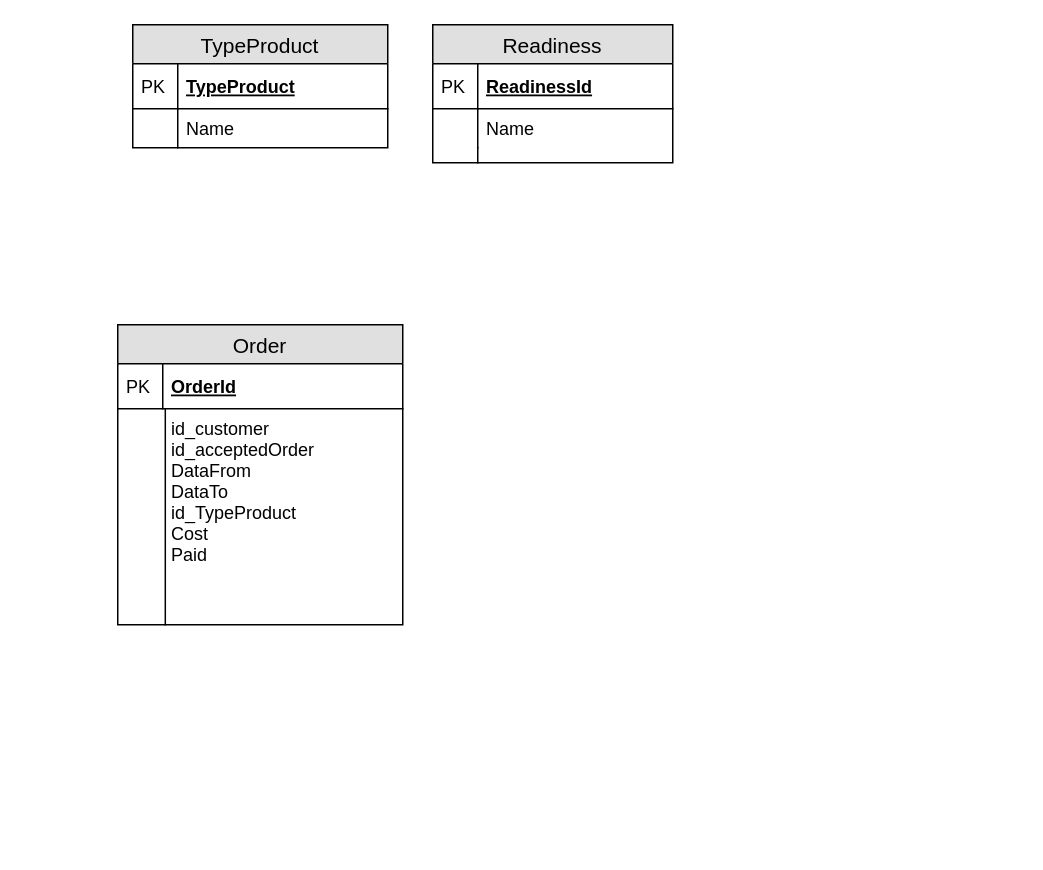
Before: erdia.drawio in victoriayolshina/dia, a draw.io diagram. Source tidied: cells renumbered, new cells numbered last; positions are measured from the earlier drawing's top-left corner, leaving out a move shared by most shapes. Both pictures are drawn from the tidied source at 150%, with x=0, y=0 at pixel (117, 24).
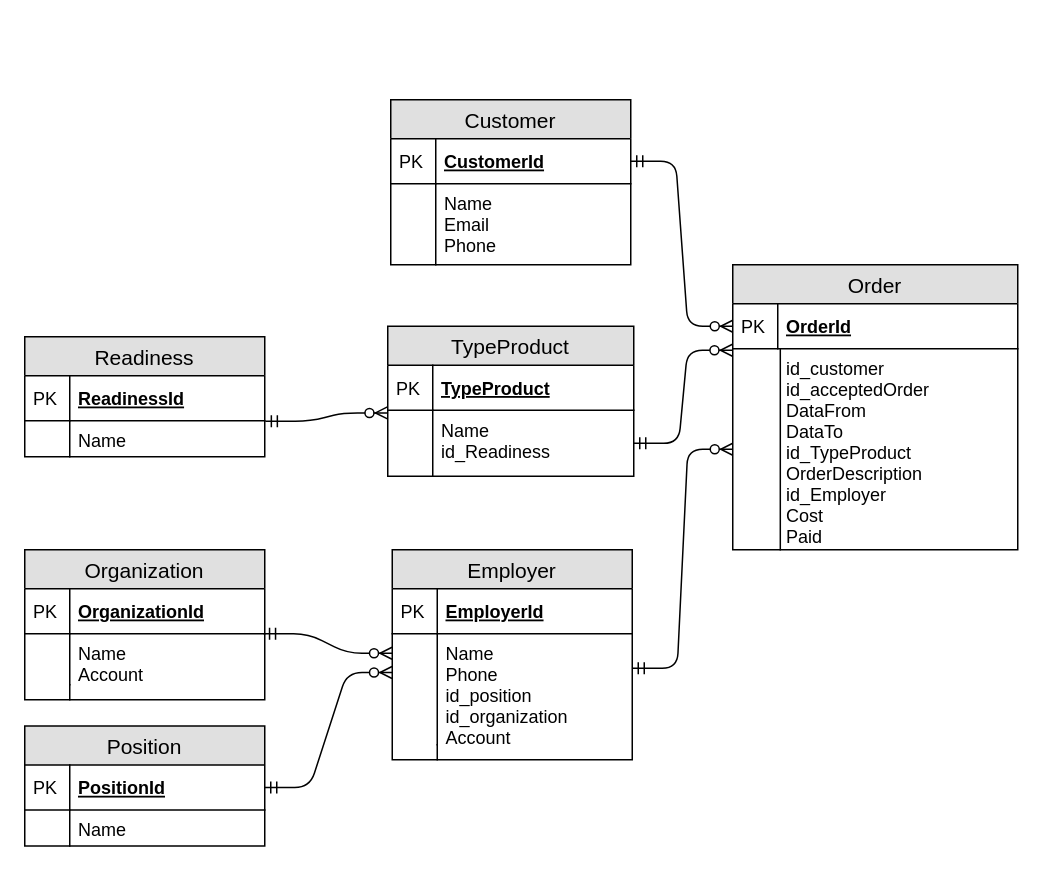
The same page after the edit.

The change refers to these unchanged cells:
```xml
<mxCell id="8" value="OrderId" style="shape=partialRectangle;top=0;left=0;right=0;bottom=1;align=left;verticalAlign=middle;fillColor=none;spacingLeft=34;spacingRight=4;overflow=hidden;points=[[0,0.5],[1,0.5]];portConstraint=eastwest;fontStyle=5;fontSize=12;" parent="7" vertex="1">
  <mxGeometry y="26" width="190" height="30" as="geometry" />
</mxCell>
```

Diff of the diagram source:
```diff
@@
     <mxCell id="2" value="TypeProduct" style="swimlane;fontStyle=0;horizontal=1;startSize=26;fillColor=#e0e0e0;swimlaneFillColor=#ffffff;align=center;fontSize=14;" parent="1" vertex="1">
-      <mxGeometry x="10" width="170" height="82" as="geometry" />
+      <mxGeometry x="180" y="201" width="164" height="100" as="geometry" />
     </mxCell>
     <mxCell id="3" value="TypeProduct" style="shape=partialRectangle;top=0;left=0;right=0;bottom=1;align=left;verticalAlign=middle;fillColor=none;spacingLeft=34;spacingRight=4;overflow=hidden;fontStyle=5;fontSize=12;" parent="2" vertex="1">
-      <mxGeometry y="26" width="170" height="30" as="geometry" />
+      <mxGeometry y="26" width="164" height="30" as="geometry" />
     </mxCell>
@@
-    <mxCell id="5" value="Name" style="shape=partialRectangle;top=0;left=0;right=0;bottom=0;align=left;verticalAlign=top;fillColor=none;spacingLeft=34;spacingRight=4;overflow=hidden;points=[[0,0.5],[1,0.5]];portConstraint=eastwest;fontSize=12;" parent="2" vertex="1">
-      <mxGeometry y="56" width="170" height="26" as="geometry" />
+    <mxCell id="5" value="Name&#10;id_Readiness&#10;" style="shape=partialRectangle;top=0;left=0;right=0;bottom=0;align=left;verticalAlign=top;fillColor=none;spacingLeft=34;spacingRight=4;overflow=hidden;points=[[0,0.5],[1,0.5]];portConstraint=eastwest;fontSize=12;" parent="2" vertex="1">
+      <mxGeometry y="56" width="164" height="44" as="geometry" />
     </mxCell>
     <mxCell id="6" style="shape=partialRectangle;top=0;left=0;bottom=0;fillColor=none;align=left;verticalAlign=top;spacingLeft=4;spacingRight=4;overflow=hidden;fontSize=12;" parent="5" vertex="1">
-      <mxGeometry width="30" height="26" as="geometry" />
+      <mxGeometry width="30" height="44" as="geometry" />
     </mxCell>
     <mxCell id="7" value="Order" style="swimlane;fontStyle=0;horizontal=1;startSize=26;fillColor=#e0e0e0;swimlaneFillColor=#ffffff;align=center;fontSize=14;" parent="1" vertex="1">
-      <mxGeometry y="200" width="190" height="200" as="geometry" />
+      <mxGeometry x="410" y="160" width="190" height="190" as="geometry" />
     </mxCell>
@@
-    <mxCell id="10" value="id_customer&#10;id_acceptedOrder&#10;DataFrom&#10;DataTo&#10;id_TypeProduct&#10;Cost&#10;Paid&#10;" style="shape=partialRectangle;top=0;left=0;right=0;bottom=0;align=left;verticalAlign=top;fillColor=none;spacingLeft=34;spacingRight=4;overflow=hidden;points=[[0,0.5],[1,0.5]];portConstraint=eastwest;fontSize=12;" parent="7" vertex="1">
-      <mxGeometry y="56" width="190" height="144" as="geometry" />
+    <mxCell id="10" value="id_customer&#10;id_acceptedOrder&#10;DataFrom&#10;DataTo&#10;id_TypeProduct&#10;OrderDescription&#10;id_Employer&#10;Cost&#10;Paid&#10;" style="shape=partialRectangle;top=0;left=0;right=0;bottom=0;align=left;verticalAlign=top;fillColor=none;spacingLeft=34;spacingRight=4;overflow=hidden;points=[[0,0.5],[1,0.5]];portConstraint=eastwest;fontSize=12;" parent="7" vertex="1">
+      <mxGeometry y="56" width="190" height="134" as="geometry" />
     </mxCell>
     <mxCell id="11" style="shape=partialRectangle;top=0;left=0;bottom=0;fillColor=none;align=left;verticalAlign=top;spacingLeft=4;spacingRight=4;overflow=hidden;fontSize=12;" parent="10" vertex="1">
-      <mxGeometry width="31.7" height="144" as="geometry" />
+      <mxGeometry width="31.7" height="134" as="geometry" />
     </mxCell>
     <mxCell id="12" value="Readiness" style="swimlane;fontStyle=0;horizontal=1;startSize=26;fillColor=#e0e0e0;swimlaneFillColor=#ffffff;align=center;fontSize=14;" parent="1" vertex="1">
-      <mxGeometry x="210" width="160" height="92" as="geometry" />
+      <mxGeometry x="-62" y="208" width="160" height="80" as="geometry" />
     </mxCell>
@@
     <mxCell id="15" value="Name&#10;&#10;" style="shape=partialRectangle;top=0;left=0;right=0;bottom=0;align=left;verticalAlign=top;fillColor=none;spacingLeft=34;spacingRight=4;overflow=hidden;fontSize=12;" parent="12" vertex="1">
-      <mxGeometry y="56" width="160" height="26" as="geometry" />
+      <mxGeometry y="56" width="160" height="24" as="geometry" />
     </mxCell>
     <mxCell id="16" style="shape=partialRectangle;top=0;left=0;bottom=0;fillColor=none;align=left;verticalAlign=top;spacingLeft=4;spacingRight=4;overflow=hidden;fontSize=12;" parent="15" vertex="1">
-      <mxGeometry width="30" height="26" as="geometry" />
+      <mxGeometry width="30" height="24" as="geometry" />
     </mxCell>
-    <mxCell id="17" style="shape=partialRectangle;top=0;left=0;right=0;bottom=0;align=left;verticalAlign=top;fillColor=none;spacingLeft=34;spacingRight=4;overflow=hidden;fontSize=12;" parent="12" vertex="1">
-      <mxGeometry y="82" width="160" height="10" as="geometry" />
-    </mxCell>
-    <mxCell id="18" style="shape=partialRectangle;top=0;left=0;bottom=0;fillColor=none;align=left;verticalAlign=top;spacingLeft=4;spacingRight=4;overflow=hidden;fontSize=12;" parent="17" vertex="1">
-      <mxGeometry width="30" height="10" as="geometry" />
-    </mxCell>
+    <mxCell id="19" value="Customer" style="swimlane;fontStyle=0;horizontal=1;startSize=26;fillColor=#e0e0e0;swimlaneFillColor=#ffffff;align=center;fontSize=14;" parent="1" vertex="1">
+      <mxGeometry x="182" y="50" width="160" height="110" as="geometry" />
+    </mxCell>
+    <mxCell id="20" value="CustomerId" style="shape=partialRectangle;top=0;left=0;right=0;bottom=1;align=left;verticalAlign=middle;fillColor=none;spacingLeft=34;spacingRight=4;overflow=hidden;points=[[0,0.5],[1,0.5]];portConstraint=eastwest;fontStyle=5;fontSize=12;" parent="19" vertex="1">
+      <mxGeometry y="26" width="160" height="30" as="geometry" />
+    </mxCell>
+    <mxCell id="21" value="PK" style="shape=partialRectangle;top=0;left=0;bottom=0;fillColor=none;align=left;verticalAlign=middle;spacingLeft=4;spacingRight=4;overflow=hidden;fontSize=12;" parent="20" vertex="1">
+      <mxGeometry width="30" height="30" as="geometry" />
+    </mxCell>
+    <mxCell id="22" value="Name&#10;Email&#10;Phone&#10;" style="shape=partialRectangle;top=0;left=0;right=0;bottom=0;align=left;verticalAlign=top;fillColor=none;spacingLeft=34;spacingRight=4;overflow=hidden;fontSize=12;" parent="19" vertex="1">
+      <mxGeometry y="56" width="160" height="54" as="geometry" />
+    </mxCell>
+    <mxCell id="23" style="shape=partialRectangle;top=0;left=0;bottom=0;fillColor=none;align=left;verticalAlign=top;spacingLeft=4;spacingRight=4;overflow=hidden;fontSize=12;" parent="22" vertex="1">
+      <mxGeometry width="30" height="54" as="geometry" />
+    </mxCell>
+    <mxCell id="24" value="Employer" style="swimlane;fontStyle=0;horizontal=1;startSize=26;fillColor=#e0e0e0;swimlaneFillColor=#ffffff;align=center;fontSize=14;" parent="1" vertex="1">
+      <mxGeometry x="183" y="350" width="160" height="140" as="geometry" />
+    </mxCell>
+    <mxCell id="25" value="EmployerId" style="shape=partialRectangle;top=0;left=0;right=0;bottom=1;align=left;verticalAlign=middle;fillColor=none;spacingLeft=34;spacingRight=4;overflow=hidden;fontStyle=5;fontSize=12;" parent="24" vertex="1">
+      <mxGeometry y="26" width="160" height="30" as="geometry" />
+    </mxCell>
+    <mxCell id="26" value="PK" style="shape=partialRectangle;top=0;left=0;bottom=0;fillColor=none;align=left;verticalAlign=middle;spacingLeft=4;spacingRight=4;overflow=hidden;fontSize=12;" parent="25" vertex="1">
+      <mxGeometry width="30" height="30" as="geometry" />
+    </mxCell>
+    <mxCell id="27" value="Name&#10;Phone&#10;id_position&#10;id_organization&#10;Account&#10;" style="shape=partialRectangle;top=0;left=0;right=0;bottom=0;align=left;verticalAlign=top;fillColor=none;spacingLeft=34;spacingRight=4;overflow=hidden;points=[[0,0.5],[1,0.5]];portConstraint=eastwest;fontSize=12;" parent="24" vertex="1">
+      <mxGeometry y="56" width="160" height="74" as="geometry" />
+    </mxCell>
+    <mxCell id="28" style="shape=partialRectangle;top=0;left=0;bottom=0;fillColor=none;align=left;verticalAlign=top;spacingLeft=4;spacingRight=4;overflow=hidden;fontSize=12;" parent="27" vertex="1">
+      <mxGeometry width="30" height="74" as="geometry" />
+    </mxCell>
+    <mxCell id="29" style="shape=partialRectangle;top=0;left=0;right=0;bottom=0;align=left;verticalAlign=top;fillColor=none;spacingLeft=34;spacingRight=4;overflow=hidden;fontSize=12;" parent="24" vertex="1">
+      <mxGeometry y="130" width="160" height="10" as="geometry" />
+    </mxCell>
+    <mxCell id="30" style="shape=partialRectangle;top=0;left=0;bottom=0;fillColor=none;align=left;verticalAlign=top;spacingLeft=4;spacingRight=4;overflow=hidden;fontSize=12;" parent="29" vertex="1">
+      <mxGeometry width="30" height="10" as="geometry" />
+    </mxCell>
+    <mxCell id="31" value="Organization" style="swimlane;fontStyle=0;horizontal=1;startSize=26;fillColor=#e0e0e0;swimlaneFillColor=#ffffff;align=center;fontSize=14;" parent="1" vertex="1">
+      <mxGeometry x="-62" y="350" width="160" height="100" as="geometry" />
+    </mxCell>
+    <mxCell id="32" value="OrganizationId" style="shape=partialRectangle;top=0;left=0;right=0;bottom=1;align=left;verticalAlign=middle;fillColor=none;spacingLeft=34;spacingRight=4;overflow=hidden;fontStyle=5;fontSize=12;" parent="31" vertex="1">
+      <mxGeometry y="26" width="160" height="30" as="geometry" />
+    </mxCell>
+    <mxCell id="33" value="PK" style="shape=partialRectangle;top=0;left=0;bottom=0;fillColor=none;align=left;verticalAlign=middle;spacingLeft=4;spacingRight=4;overflow=hidden;fontSize=12;" parent="32" vertex="1">
+      <mxGeometry width="30" height="30" as="geometry" />
+    </mxCell>
+    <mxCell id="34" value="Name&#10;Account&#10;" style="shape=partialRectangle;top=0;left=0;right=0;bottom=0;align=left;verticalAlign=top;fillColor=none;spacingLeft=34;spacingRight=4;overflow=hidden;fontSize=12;" parent="31" vertex="1">
+      <mxGeometry y="56" width="160" height="34" as="geometry" />
+    </mxCell>
+    <mxCell id="35" style="shape=partialRectangle;top=0;left=0;bottom=0;fillColor=none;align=left;verticalAlign=top;spacingLeft=4;spacingRight=4;overflow=hidden;fontSize=12;" parent="34" vertex="1">
+      <mxGeometry width="30" height="34" as="geometry" />
+    </mxCell>
+    <mxCell id="36" style="shape=partialRectangle;top=0;left=0;right=0;bottom=0;align=left;verticalAlign=top;fillColor=none;spacingLeft=34;spacingRight=4;overflow=hidden;fontSize=12;" parent="31" vertex="1">
+      <mxGeometry y="90" width="160" height="10" as="geometry" />
+    </mxCell>
+    <mxCell id="37" style="shape=partialRectangle;top=0;left=0;bottom=0;fillColor=none;align=left;verticalAlign=top;spacingLeft=4;spacingRight=4;overflow=hidden;fontSize=12;" parent="36" vertex="1">
+      <mxGeometry width="30" height="10" as="geometry" />
+    </mxCell>
+    <mxCell id="38" value="Position" style="swimlane;fontStyle=0;horizontal=1;startSize=26;fillColor=#e0e0e0;swimlaneFillColor=#ffffff;align=center;fontSize=14;" parent="1" vertex="1">
+      <mxGeometry x="-62" y="467.5" width="160" height="80" as="geometry" />
+    </mxCell>
+    <mxCell id="39" value="PositionId" style="shape=partialRectangle;top=0;left=0;right=0;bottom=1;align=left;verticalAlign=middle;fillColor=none;spacingLeft=34;spacingRight=4;overflow=hidden;points=[[0,0.5],[1,0.5]];portConstraint=eastwest;fontStyle=5;fontSize=12;" parent="38" vertex="1">
+      <mxGeometry y="26" width="160" height="30" as="geometry" />
+    </mxCell>
+    <mxCell id="40" value="PK" style="shape=partialRectangle;top=0;left=0;bottom=0;fillColor=none;align=left;verticalAlign=middle;spacingLeft=4;spacingRight=4;overflow=hidden;fontSize=12;" parent="39" vertex="1">
+      <mxGeometry width="30" height="30" as="geometry" />
+    </mxCell>
+    <mxCell id="41" value="Name&#10;&#10;" style="shape=partialRectangle;top=0;left=0;right=0;bottom=0;align=left;verticalAlign=top;fillColor=none;spacingLeft=34;spacingRight=4;overflow=hidden;fontSize=12;" parent="38" vertex="1">
+      <mxGeometry y="56" width="160" height="24" as="geometry" />
+    </mxCell>
+    <mxCell id="42" style="shape=partialRectangle;top=0;left=0;bottom=0;fillColor=none;align=left;verticalAlign=top;spacingLeft=4;spacingRight=4;overflow=hidden;fontSize=12;" parent="41" vertex="1">
+      <mxGeometry width="30" height="24" as="geometry" />
+    </mxCell>
+    <mxCell id="43" style="edgeStyle=entityRelationEdgeStyle;fontSize=12;html=1;endArrow=ERzeroToMany;startArrow=ERmandOne;entryX=-0.001;entryY=0.349;entryDx=0;entryDy=0;entryPerimeter=0;exitX=1;exitY=0.5;exitDx=0;exitDy=0;" parent="1" edge="1" source="39" target="27">
+      <mxGeometry relative="1" as="geometry" />
+    </mxCell>
+    <mxCell id="44" style="edgeStyle=entityRelationEdgeStyle;fontSize=12;html=1;endArrow=ERzeroToMany;startArrow=ERmandOne;entryX=-0.001;entryY=0.176;entryDx=0;entryDy=0;entryPerimeter=0;exitX=0.995;exitY=0.029;exitDx=0;exitDy=0;exitPerimeter=0;" parent="1" edge="1" target="27">
+      <mxGeometry relative="1" as="geometry">
+        <mxPoint x="97.2" y="406" as="sourcePoint" />
+      </mxGeometry>
+    </mxCell>
+    <mxCell id="45" style="edgeStyle=entityRelationEdgeStyle;fontSize=12;html=1;endArrow=ERzeroToMany;startArrow=ERmandOne;exitX=1.006;exitY=0.311;exitDx=0;exitDy=0;exitPerimeter=0;entryX=0;entryY=0.5;entryDx=0;entryDy=0;" parent="1" edge="1" target="10">
+      <mxGeometry relative="1" as="geometry">
+        <mxPoint x="343" y="429" as="sourcePoint" />
+      </mxGeometry>
+    </mxCell>
+    <mxCell id="46" style="edgeStyle=entityRelationEdgeStyle;fontSize=12;html=1;endArrow=ERzeroToMany;startArrow=ERmandOne;entryX=-0.006;entryY=0.009;entryDx=0;entryDy=0;entryPerimeter=0;exitX=1;exitY=0.5;exitDx=0;exitDy=0;" parent="1" edge="1" source="5">
+      <mxGeometry relative="1" as="geometry">
+        <mxPoint x="409.8" y="217" as="targetPoint" />
+      </mxGeometry>
+    </mxCell>
+    <mxCell id="47" style="edgeStyle=entityRelationEdgeStyle;fontSize=12;html=1;endArrow=ERzeroToMany;startArrow=ERmandOne;exitX=1;exitY=0.5;exitDx=0;exitDy=0;entryX=0;entryY=0.5;entryDx=0;entryDy=0;" parent="1" edge="1" source="20" target="8">
+      <mxGeometry relative="1" as="geometry" />
+    </mxCell>
+    <mxCell id="48" style="edgeStyle=entityRelationEdgeStyle;fontSize=12;html=1;endArrow=ERzeroToMany;startArrow=ERmandOne;exitX=1.003;exitY=0.98;exitDx=0;exitDy=0;exitPerimeter=0;entryX=0.005;entryY=0.018;entryDx=0;entryDy=0;entryPerimeter=0;" parent="1" edge="1">
+      <mxGeometry relative="1" as="geometry">
+        <mxPoint x="98.4" y="264.4" as="sourcePoint" />
+        <mxPoint x="179.8" y="258.8" as="targetPoint" />
+      </mxGeometry>
+    </mxCell>
```
